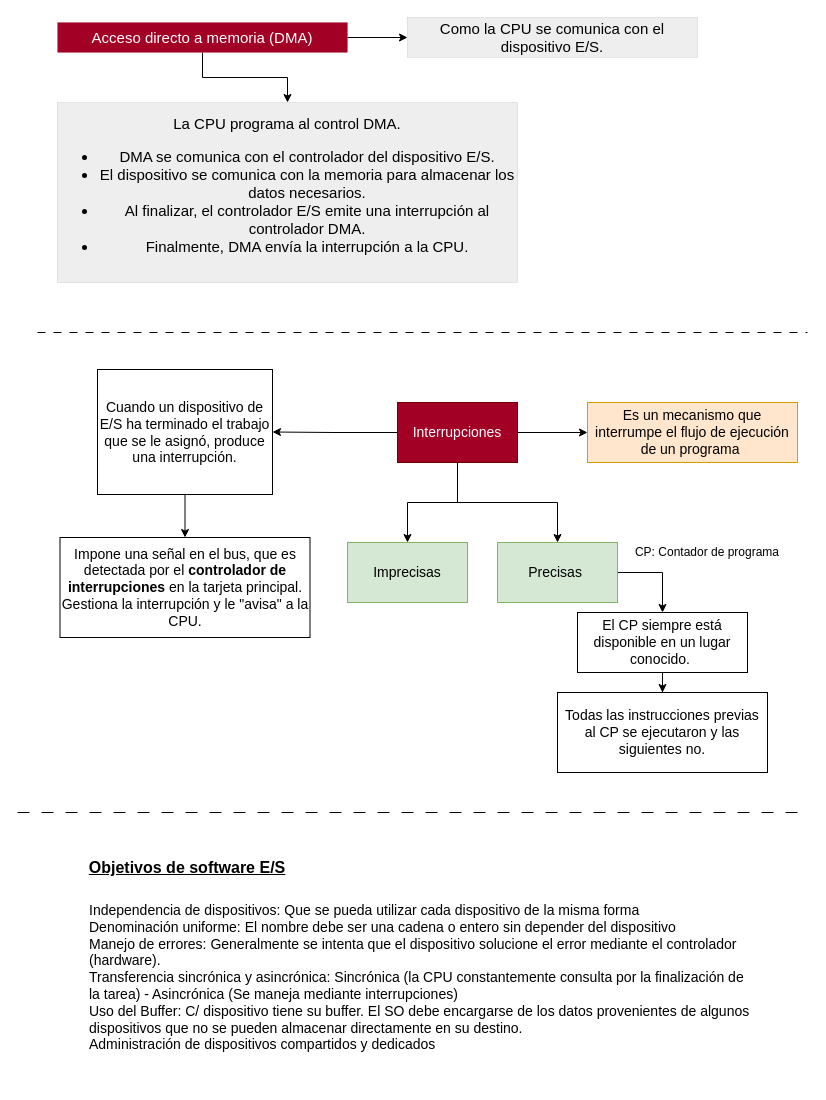
Above: page "Página-2" (3 of 4) of Sistemas Operativos 1/Clase 4 - Sist. op. 1.drawio in RMSabrina/Apuntes-Universitarios (draw.io), before the change. Source tidied: cells renumbered, new cells numbered last; positions are measured from the earlier drawing's top-left corner, leaving out a move shared by most shapes. Both pictures are drawn from the tidied source at 100%, with x=0, y=0 at pixel (17, 17).
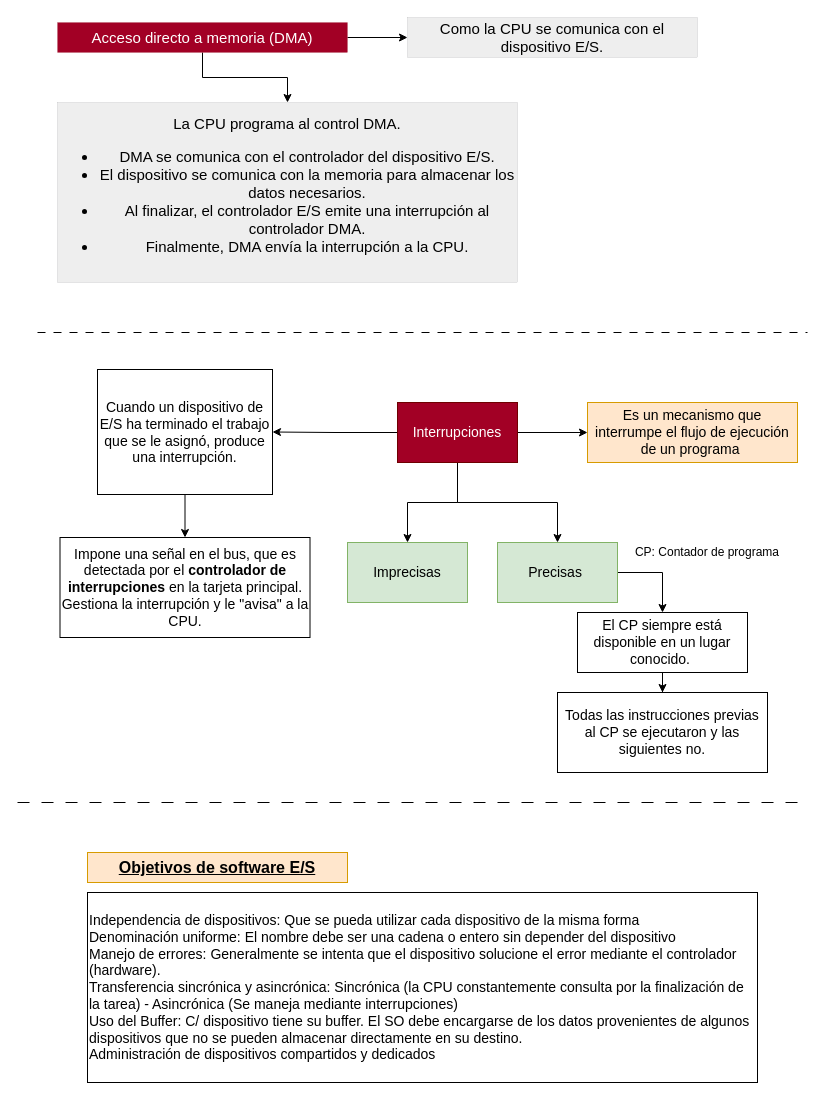
The same diagram, later.

Diff of the diagram source:
```diff
@@
     <mxCell id="24" style="endArrow=none;html=1;rounded=0;dashed=1;dashPattern=12 12;" parent="1" edge="1">
       <mxGeometry relative="1" as="geometry">
-        <mxPoint y="795" as="sourcePoint" />
-        <mxPoint x="790" y="795" as="targetPoint" />
+        <mxPoint y="785" as="sourcePoint" />
+        <mxPoint x="790" y="785" as="targetPoint" />
       </mxGeometry>
     </mxCell>
-    <mxCell id="25" value="&lt;font size=&quot;1&quot; style=&quot;&quot;&gt;&lt;u style=&quot;font-style: normal; font-size: 16px;&quot;&gt;Objetivos de software E/S&lt;/u&gt;&lt;/font&gt;" style="text;html=1;strokeColor=none;fillColor=none;align=center;verticalAlign=middle;whiteSpace=wrap;rounded=0;fontStyle=3;" parent="1" vertex="1">
-      <mxGeometry x="40" y="835" width="260" height="30" as="geometry" />
+    <mxCell id="25" value="&lt;font size=&quot;1&quot; style=&quot;&quot;&gt;&lt;u style=&quot;font-style: normal; font-size: 16px;&quot;&gt;Objetivos de software E/S&lt;/u&gt;&lt;/font&gt;" style="text;html=1;strokeColor=#d79b00;fillColor=#ffe6cc;align=center;verticalAlign=middle;whiteSpace=wrap;rounded=0;fontStyle=3;" parent="1" vertex="1">
+      <mxGeometry x="70" y="835" width="260" height="30" as="geometry" />
     </mxCell>
-    <mxCell id="26" value="Independencia de dispositivos: Que se pueda utilizar cada dispositivo de la misma forma&lt;br style=&quot;font-size: 14px;&quot;&gt;Denominación uniforme: El nombre debe ser una cadena o entero sin depender del dispositivo&lt;br style=&quot;font-size: 14px;&quot;&gt;Manejo de errores: Generalmente se intenta que el dispositivo solucione el error mediante el controlador (hardware).&amp;nbsp;&lt;br style=&quot;font-size: 14px;&quot;&gt;Transferencia sincrónica y asincrónica: Sincrónica (la CPU constantemente consulta por la finalización de la tarea) - Asincrónica (Se maneja mediante interrupciones)&amp;nbsp;&lt;br style=&quot;font-size: 14px;&quot;&gt;Uso del Buffer: C/ dispositivo tiene su buffer. El SO debe encargarse de los datos provenientes de algunos dispositivos que no se pueden almacenar directamente en su destino.&amp;nbsp;&lt;br style=&quot;font-size: 14px;&quot;&gt;Administración de dispositivos compartidos y dedicados" style="text;html=1;strokeColor=none;fillColor=none;align=left;verticalAlign=middle;whiteSpace=wrap;rounded=0;fontSize=14;" parent="1" vertex="1">
-      <mxGeometry x="70" y="865" width="670" height="190" as="geometry" />
+    <mxCell id="26" value="Independencia de dispositivos: Que se pueda utilizar cada dispositivo de la misma forma&lt;br style=&quot;font-size: 14px;&quot;&gt;Denominación uniforme: El nombre debe ser una cadena o entero sin depender del dispositivo&lt;br style=&quot;font-size: 14px;&quot;&gt;Manejo de errores: Generalmente se intenta que el dispositivo solucione el error mediante el controlador (hardware).&amp;nbsp;&lt;br style=&quot;font-size: 14px;&quot;&gt;Transferencia sincrónica y asincrónica: Sincrónica (la CPU constantemente consulta por la finalización de la tarea) - Asincrónica (Se maneja mediante interrupciones)&amp;nbsp;&lt;br style=&quot;font-size: 14px;&quot;&gt;Uso del Buffer: C/ dispositivo tiene su buffer. El SO debe encargarse de los datos provenientes de algunos dispositivos que no se pueden almacenar directamente en su destino.&amp;nbsp;&lt;br style=&quot;font-size: 14px;&quot;&gt;Administración de dispositivos compartidos y dedicados" style="text;html=1;strokeColor=default;fillColor=none;align=left;verticalAlign=middle;whiteSpace=wrap;rounded=0;fontSize=14;" parent="1" vertex="1">
+      <mxGeometry x="70" y="875" width="670" height="190" as="geometry" />
     </mxCell>
```
